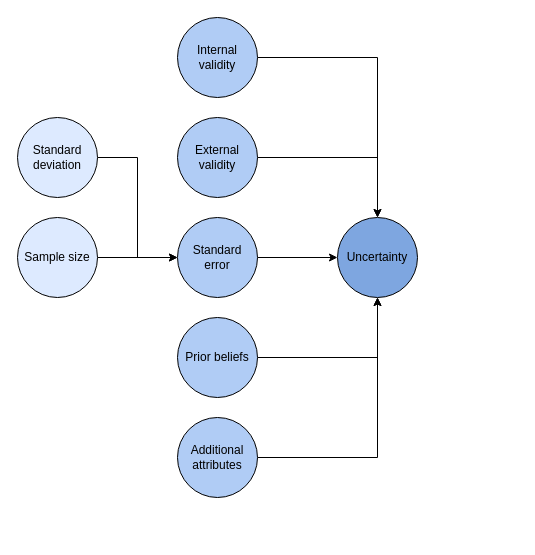
The draw.io diagram figure_2.drawio in pederisager/2020_RV_citations_sample_size, before the edit. Source tidied: cells renumbered, new cells numbered last; positions are measured from the earlier drawing's top-left corner, leaving out a move shared by most shapes. Both pictures are drawn from the tidied source at 100%, with x=0, y=0 at pixel (17, 17).
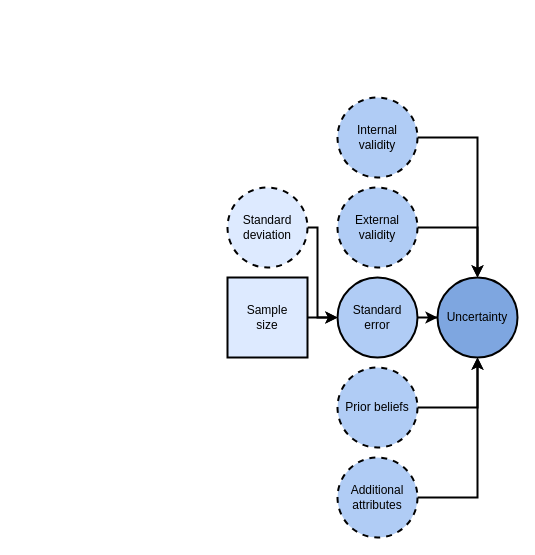
Above is the later version.

The edit, as a diff of the source:
```diff
@@
 <mxGraphModel>
   <root>
     <mxCell id="0" />
     <mxCell id="1" parent="0" />
-    <mxCell id="2" style="edgeStyle=orthogonalEdgeStyle;rounded=0;jettySize=auto;html=1;entryX=0;entryY=0.5;entryDx=0;entryDy=0;" parent="1" edge="1" source="16" target="7">
-      <mxGeometry relative="1" as="geometry" />
+    <mxCell id="2" style="edgeStyle=orthogonalEdgeStyle;rounded=0;jettySize=auto;html=1;entryX=0;entryY=0.5;entryDx=0;entryDy=0;strokeWidth=2;" parent="1" edge="1" source="16" target="7">
+      <mxGeometry relative="1" as="geometry">
+        <Array as="points">
+          <mxPoint x="300" y="210" />
+          <mxPoint x="300" y="300" />
+        </Array>
+      </mxGeometry>
     </mxCell>
-    <mxCell id="3" value="Uncertainty" style="ellipse;whiteSpace=wrap;html=1;fillColor=#7EA6E0;" parent="1" vertex="1">
-      <mxGeometry x="320" y="200" width="80" height="80" as="geometry" />
+    <mxCell id="3" value="Uncertainty" style="ellipse;whiteSpace=wrap;html=1;fillColor=#7EA6E0;strokeWidth=2;" parent="1" vertex="1">
+      <mxGeometry x="420" y="260" width="80" height="80" as="geometry" />
     </mxCell>
-    <mxCell id="4" style="edgeStyle=orthogonalEdgeStyle;rounded=0;jettySize=auto;html=1;" parent="1" edge="1" source="5" target="3">
+    <mxCell id="4" style="edgeStyle=orthogonalEdgeStyle;rounded=0;jettySize=auto;html=1;strokeWidth=2;" parent="1" edge="1" source="5" target="3">
       <mxGeometry relative="1" as="geometry" />
     </mxCell>
-    <mxCell id="5" value="External validity" style="ellipse;whiteSpace=wrap;html=1;fillColor=#B0CCF5;" parent="1" vertex="1">
-      <mxGeometry x="160" y="100" width="80" height="80" as="geometry" />
+    <mxCell id="5" value="External validity" style="ellipse;whiteSpace=wrap;html=1;fillColor=#B0CCF5;strokeWidth=2;dashed=1;" parent="1" vertex="1">
+      <mxGeometry x="320" y="170" width="80" height="80" as="geometry" />
     </mxCell>
-    <mxCell id="6" style="edgeStyle=orthogonalEdgeStyle;rounded=0;jettySize=auto;html=1;" parent="1" edge="1" source="7" target="3">
+    <mxCell id="6" style="edgeStyle=orthogonalEdgeStyle;rounded=0;jettySize=auto;html=1;strokeWidth=2;" parent="1" edge="1" source="7" target="3">
       <mxGeometry relative="1" as="geometry" />
     </mxCell>
-    <mxCell id="7" value="Standard&lt;br&gt;error" style="ellipse;whiteSpace=wrap;html=1;fillColor=#B0CCF5;" parent="1" vertex="1">
-      <mxGeometry x="160" y="200" width="80" height="80" as="geometry" />
+    <mxCell id="7" value="Standard&lt;br&gt;error" style="ellipse;whiteSpace=wrap;html=1;fillColor=#B0CCF5;strokeWidth=2;" parent="1" vertex="1">
+      <mxGeometry x="320" y="260" width="80" height="80" as="geometry" />
     </mxCell>
-    <mxCell id="8" style="edgeStyle=orthogonalEdgeStyle;rounded=0;jettySize=auto;html=1;" parent="1" edge="1" source="9" target="3">
+    <mxCell id="8" style="edgeStyle=orthogonalEdgeStyle;rounded=0;jettySize=auto;html=1;strokeWidth=2;" parent="1" edge="1" source="9" target="3">
       <mxGeometry relative="1" as="geometry" />
     </mxCell>
-    <mxCell id="9" value="Internal validity" style="ellipse;whiteSpace=wrap;html=1;fillColor=#B0CCF5;" parent="1" vertex="1">
-      <mxGeometry x="160" width="80" height="80" as="geometry" />
+    <mxCell id="9" value="Internal validity" style="ellipse;whiteSpace=wrap;html=1;fillColor=#B0CCF5;strokeWidth=2;dashed=1;" parent="1" vertex="1">
+      <mxGeometry x="320" y="80" width="80" height="80" as="geometry" />
     </mxCell>
-    <mxCell id="10" style="edgeStyle=orthogonalEdgeStyle;rounded=0;jettySize=auto;html=1;" parent="1" edge="1" source="11" target="3">
+    <mxCell id="10" style="edgeStyle=orthogonalEdgeStyle;rounded=0;jettySize=auto;html=1;strokeWidth=2;" parent="1" edge="1" source="11" target="3">
       <mxGeometry relative="1" as="geometry" />
     </mxCell>
-    <mxCell id="11" value="Prior beliefs" style="ellipse;whiteSpace=wrap;html=1;fillColor=#B0CCF5;" parent="1" vertex="1">
-      <mxGeometry x="160" y="300" width="80" height="80" as="geometry" />
+    <mxCell id="11" value="Prior beliefs" style="ellipse;whiteSpace=wrap;html=1;fillColor=#B0CCF5;strokeWidth=2;dashed=1;" parent="1" vertex="1">
+      <mxGeometry x="320" y="350" width="80" height="80" as="geometry" />
     </mxCell>
-    <mxCell id="12" style="edgeStyle=orthogonalEdgeStyle;rounded=0;jettySize=auto;html=1;" parent="1" edge="1" source="13" target="3">
+    <mxCell id="12" style="edgeStyle=orthogonalEdgeStyle;rounded=0;jettySize=auto;html=1;strokeWidth=2;" parent="1" edge="1" source="13" target="3">
       <mxGeometry relative="1" as="geometry" />
     </mxCell>
-    <mxCell id="13" value="Additional attributes" style="ellipse;whiteSpace=wrap;html=1;fillColor=#B0CCF5;" parent="1" vertex="1">
-      <mxGeometry x="160" y="400" width="80" height="80" as="geometry" />
+    <mxCell id="13" value="Additional attributes" style="ellipse;whiteSpace=wrap;html=1;fillColor=#B0CCF5;strokeWidth=2;dashed=1;" parent="1" vertex="1">
+      <mxGeometry x="320" y="440" width="80" height="80" as="geometry" />
     </mxCell>
-    <mxCell id="14" style="edgeStyle=orthogonalEdgeStyle;rounded=0;jettySize=auto;html=1;" parent="1" edge="1" source="15" target="7">
+    <mxCell id="14" style="edgeStyle=orthogonalEdgeStyle;rounded=0;jettySize=auto;html=1;strokeWidth=2;" parent="1" edge="1" source="15" target="7">
       <mxGeometry relative="1" as="geometry" />
     </mxCell>
+    <mxCell id="16" value="&lt;span id=&quot;docs-internal-guid-687c50da-7fff-01be-03cd-e590a1a0c925&quot;&gt;&lt;span style=&quot;font-family: &amp;#34;arial&amp;#34; ; background-color: transparent ; vertical-align: baseline&quot;&gt;&lt;font style=&quot;font-size: 12px&quot;&gt;Standard deviation&lt;/font&gt;&lt;/span&gt;&lt;/span&gt;" style="ellipse;whiteSpace=wrap;html=1;strokeWidth=2;dashed=1;fillColor=#DDEAFF;" parent="1" vertex="1">
+      <mxGeometry x="210" y="170" width="80" height="80" as="geometry" />
+    </mxCell>
-    <mxCell id="15" value="Sample size" style="ellipse;whiteSpace=wrap;html=1;fillColor=#DDEAFF;" parent="1" vertex="1">
-      <mxGeometry y="200" width="80" height="80" as="geometry" />
+    <mxCell id="15" value="Sample&lt;br&gt;size" style="whiteSpace=wrap;html=1;strokeWidth=2;fillColor=#DDEAFF;" parent="1" vertex="1">
+      <mxGeometry x="210" y="260" width="80" height="80" as="geometry" />
     </mxCell>
-    <mxCell id="16" value="&lt;span id=&quot;docs-internal-guid-687c50da-7fff-01be-03cd-e590a1a0c925&quot;&gt;&lt;span style=&quot;font-family: &amp;#34;arial&amp;#34; ; background-color: transparent ; vertical-align: baseline&quot;&gt;&lt;font style=&quot;font-size: 12px&quot;&gt;Standard deviation&lt;/font&gt;&lt;/span&gt;&lt;/span&gt;" style="ellipse;whiteSpace=wrap;html=1;fillColor=#DDEAFF;" parent="1" vertex="1">
-      <mxGeometry y="100" width="80" height="80" as="geometry" />
-    </mxCell>
   </root>
 </mxGraphModel>
```
